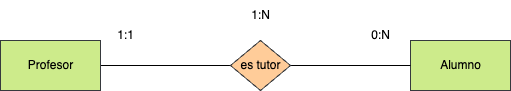
Before: Tareas/Unidad_2/tarea1/Ejercicio2.drawio.png, a diagram exported from draw.io (antonioinigo/base-datos). Source tidied: cells renumbered, new cells last; positions are measured from the earlier drawing's top-left corner, leaving out a move shared by most shapes.
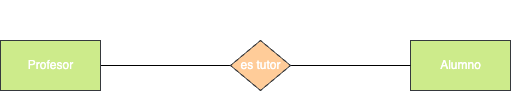
After the change.

What changed in the source:
```diff
@@ -2,28 +2,28 @@
   <root>
     <mxCell id="0" />
     <mxCell id="1" parent="0" />
-    <mxCell id="2" style="html=1;entryX=0;entryY=0.5;entryDx=0;entryDy=0;fontColor=#000000;endArrow=none;endFill=0;" parent="1" edge="1" source="3" target="6">
+    <mxCell id="2" style="html=1;entryX=0;entryY=0.5;entryDx=0;entryDy=0;fontColor=#FFFFFF;endArrow=none;endFill=0;" parent="1" edge="1" source="3" target="6">
       <mxGeometry relative="1" as="geometry" />
     </mxCell>
-    <mxCell id="3" value="&lt;font color=&quot;#000000&quot;&gt;Profesor&lt;/font&gt;" style="html=1;dashed=0;whitespace=wrap;fillColor=#cdeb8b;strokeColor=#36393d;" parent="1" vertex="1">
+    <mxCell id="3" value="&lt;font&gt;Profesor&lt;/font&gt;" style="html=1;dashed=0;whitespace=wrap;fillColor=#cdeb8b;strokeColor=#36393d;fontColor=#FFFFFF;" parent="1" vertex="1">
       <mxGeometry y="40" width="100" height="50" as="geometry" />
     </mxCell>
-    <mxCell id="4" value="&lt;font color=&quot;#000000&quot;&gt;Alumno&lt;/font&gt;" style="html=1;dashed=0;whitespace=wrap;fillColor=#cdeb8b;strokeColor=#36393d;" parent="1" vertex="1">
+    <mxCell id="4" value="&lt;font&gt;Alumno&lt;/font&gt;" style="html=1;dashed=0;whitespace=wrap;fillColor=#cdeb8b;strokeColor=#36393d;fontColor=#FFFFFF;" parent="1" vertex="1">
       <mxGeometry x="410" y="40" width="100" height="50" as="geometry" />
     </mxCell>
-    <mxCell id="5" style="edgeStyle=none;html=1;fontColor=#000000;endArrow=none;endFill=0;" parent="1" edge="1" source="6" target="4">
+    <mxCell id="5" style="edgeStyle=none;html=1;fontColor=#FFFFFF;endArrow=none;endFill=0;" parent="1" edge="1" source="6" target="4">
       <mxGeometry relative="1" as="geometry" />
     </mxCell>
-    <mxCell id="6" value="&lt;font color=&quot;#000000&quot;&gt;es tutor&lt;/font&gt;" style="shape=rhombus;html=1;dashed=0;whitespace=wrap;perimeter=rhombusPerimeter;fillColor=#ffcc99;strokeColor=#36393d;" parent="1" vertex="1">
+    <mxCell id="6" value="&lt;font&gt;es tutor&lt;/font&gt;" style="shape=rhombus;html=1;dashed=0;whitespace=wrap;perimeter=rhombusPerimeter;fillColor=#ffcc99;strokeColor=#36393d;fontColor=#FFFFFF;" parent="1" vertex="1">
       <mxGeometry x="230" y="40" width="60" height="50" as="geometry" />
     </mxCell>
-    <mxCell id="7" value="1:1" style="text;html=1;align=center;verticalAlign=middle;strokeColor=none;fillColor=none;fontColor=#000000;" parent="1" vertex="1">
+    <mxCell id="7" value="1:1" style="text;html=1;align=center;verticalAlign=middle;strokeColor=none;fillColor=none;fontColor=#FFFFFF;" parent="1" vertex="1">
       <mxGeometry x="105" y="20" width="40" height="30" as="geometry" />
     </mxCell>
-    <mxCell id="8" value="0:N" style="text;html=1;align=center;verticalAlign=middle;strokeColor=none;fillColor=none;fontColor=#000000;" parent="1" vertex="1">
+    <mxCell id="8" value="0:N" style="text;html=1;align=center;verticalAlign=middle;strokeColor=none;fillColor=none;fontColor=#FFFFFF;" parent="1" vertex="1">
       <mxGeometry x="360" y="20" width="40" height="30" as="geometry" />
     </mxCell>
-    <mxCell id="9" value="1:N" style="text;html=1;align=center;verticalAlign=middle;strokeColor=none;fillColor=none;fontColor=#000000;" parent="1" vertex="1">
+    <mxCell id="9" value="1:N" style="text;html=1;align=center;verticalAlign=middle;strokeColor=none;fillColor=none;fontColor=#FFFFFF;" parent="1" vertex="1">
       <mxGeometry x="240" width="40" height="30" as="geometry" />
     </mxCell>
   </root>
```
